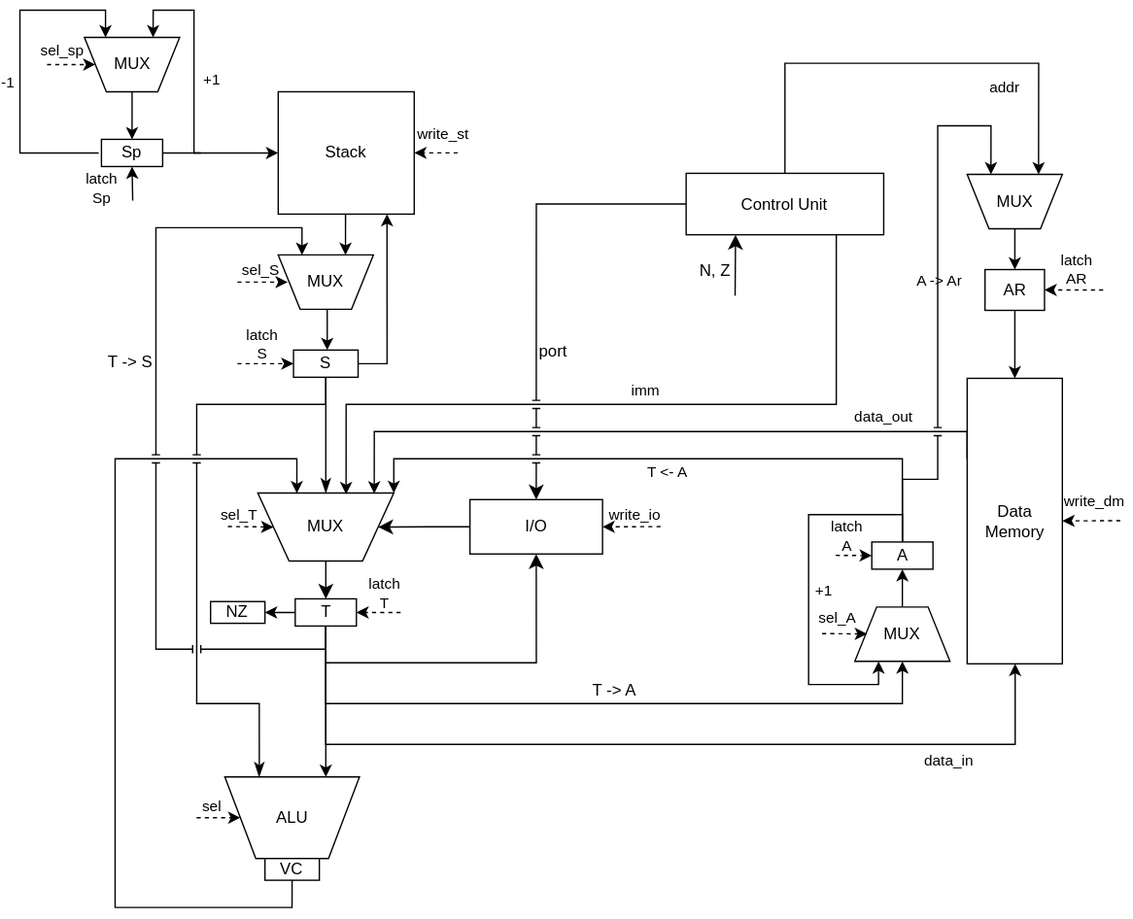
The draw.io diagram schemes/DataPath.svg in ni-hvosta-in/lab4-csa, before a commit. Source tidied: cells renumbered, new cells last; positions are measured from the earlier drawing's top-left corner, leaving out a move shared by most shapes.
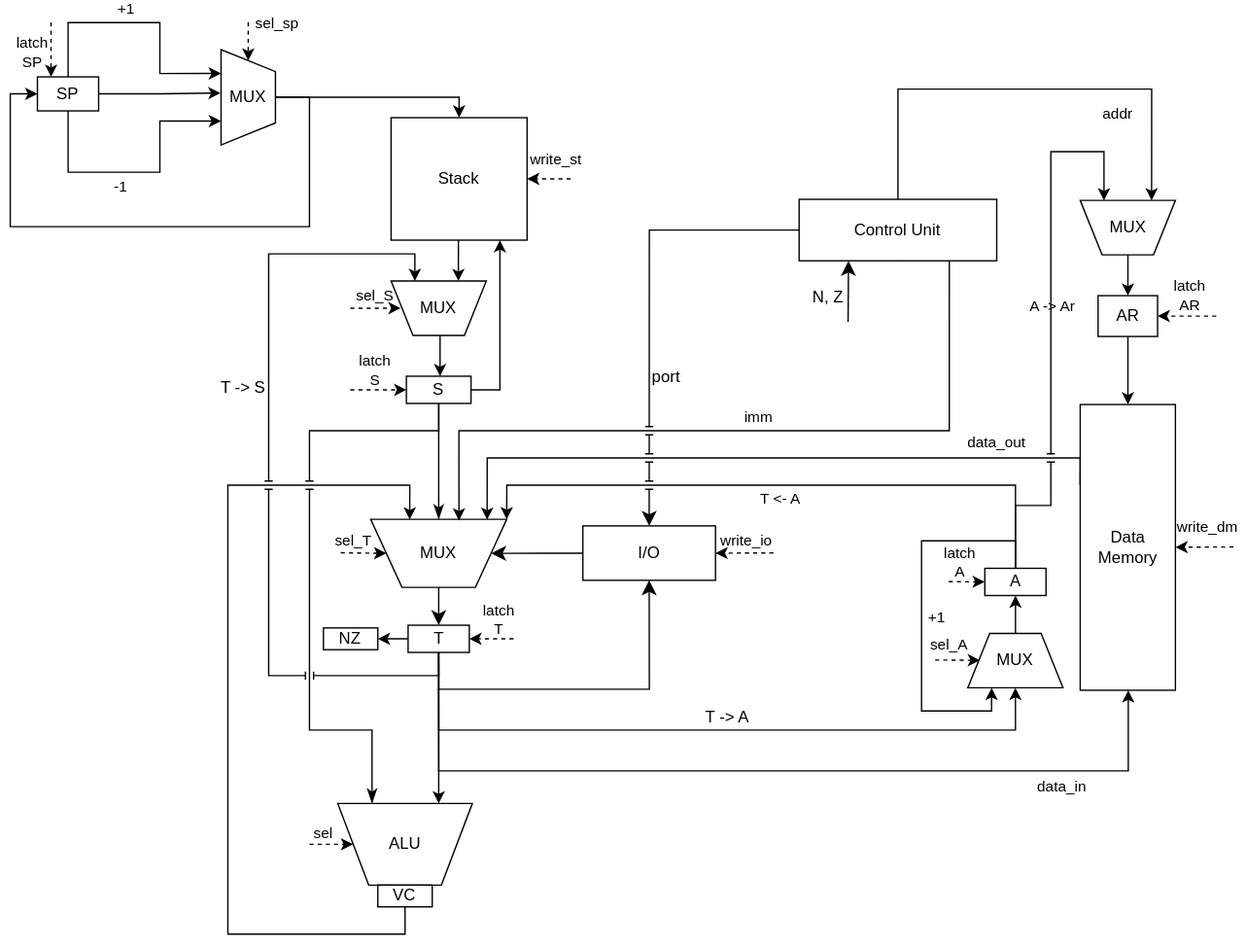
The same diagram one commit later.

The edit, as a diff of the source:
```diff
@@ -63,24 +63,36 @@
     <mxCell id="12" value="Data Memory" style="rounded=0;whiteSpace=wrap;html=1;labelBackgroundColor=none;" parent="1" vertex="1">
       <mxGeometry x="696.6" y="270.8" width="70" height="210" as="geometry" />
     </mxCell>
-    <mxCell id="13" style="edgeStyle=orthogonalEdgeStyle;rounded=0;orthogonalLoop=1;jettySize=auto;html=1;entryX=0.25;entryY=1;entryDx=0;entryDy=0;exitX=0;exitY=0.5;exitDx=0;exitDy=0;labelBackgroundColor=none;fontColor=default;" parent="1" edge="1">
-      <mxGeometry relative="1" as="geometry">
-        <mxPoint x="58" y="105" as="sourcePoint" />
-        <mxPoint x="63" y="20" as="targetPoint" />
-        <Array as="points">
-          <mxPoint y="105" />
-          <mxPoint />
-          <mxPoint x="63" />
-        </Array>
-      </mxGeometry>
-    </mxCell>
+    <mxCell id="92" style="edgeStyle=orthogonalEdgeStyle;rounded=0;jettySize=auto;html=1;entryX=0.75;entryY=1;entryDx=0;entryDy=0;" parent="1" edge="1" source="15" target="53">
+      <mxGeometry relative="1" as="geometry">
+        <Array as="points">
+          <mxPoint x="-47" y="-10" />
+          <mxPoint x="20" y="-10" />
+          <mxPoint x="20" y="28" />
+        </Array>
+      </mxGeometry>
+    </mxCell>
+    <mxCell id="55" value="+1" style="edgeLabel;html=1;align=center;verticalAlign=middle;" parent="92" vertex="1">
+      <mxGeometry x="-0.14" y="3" relative="1" as="geometry">
+        <mxPoint y="-8" as="offset" />
+      </mxGeometry>
+    </mxCell>
+    <mxCell id="93" style="edgeStyle=orthogonalEdgeStyle;rounded=0;jettySize=auto;html=1;entryX=0.25;entryY=1;entryDx=0;entryDy=0;" parent="1" edge="1" source="15" target="53">
+      <mxGeometry relative="1" as="geometry">
+        <Array as="points">
+          <mxPoint x="-47" y="100" />
+          <mxPoint x="20" y="100" />
+          <mxPoint x="20" y="63" />
+        </Array>
+      </mxGeometry>
+    </mxCell>
-    <mxCell id="14" value="-1" style="edgeLabel;html=1;align=center;verticalAlign=middle;labelBackgroundColor=none;" parent="13" vertex="1">
-      <mxGeometry y="1" relative="1" as="geometry">
-        <mxPoint x="-9" y="12" as="offset" />
+    <mxCell id="14" value="-1" style="edgeLabel;html=1;align=center;verticalAlign=middle;" parent="93" vertex="1">
+      <mxGeometry x="-0.15" y="-4" relative="1" as="geometry">
+        <mxPoint y="6" as="offset" />
       </mxGeometry>
     </mxCell>
-    <mxCell id="15" value="Sp" style="rounded=0;whiteSpace=wrap;html=1;labelBackgroundColor=none;" parent="1" vertex="1">
-      <mxGeometry x="60" y="95" width="45" height="20" as="geometry" />
+    <mxCell id="15" value="SP" style="rounded=0;whiteSpace=wrap;html=1;labelBackgroundColor=none;" parent="1" vertex="1">
+      <mxGeometry x="-70" y="30" width="45" height="25" as="geometry" />
     </mxCell>
     <mxCell id="16" style="edgeStyle=orthogonalEdgeStyle;rounded=0;orthogonalLoop=1;jettySize=auto;html=1;exitX=0.75;exitY=1;exitDx=0;exitDy=0;entryX=0.443;entryY=0.003;entryDx=0;entryDy=0;entryPerimeter=0;labelBackgroundColor=none;fontColor=default;" parent="1" edge="1">
       <mxGeometry relative="1" as="geometry">
@@ -91,11 +103,10 @@
         </Array>
       </mxGeometry>
     </mxCell>
-    <mxCell id="17" style="edgeStyle=orthogonalEdgeStyle;rounded=0;jettySize=auto;html=1;entryX=0;entryY=0.5;entryDx=0;entryDy=0;exitX=1;exitY=0.5;exitDx=0;exitDy=0;labelBackgroundColor=none;fontColor=default;" parent="1" edge="1" source="15" target="4">
+    <mxCell id="17" style="edgeStyle=orthogonalEdgeStyle;rounded=0;jettySize=auto;html=1;entryX=0.5;entryY=0;entryDx=0;entryDy=0;exitX=0.5;exitY=0;exitDx=0;exitDy=0;labelBackgroundColor=none;fontColor=default;" parent="1" edge="1" source="53" target="4">
       <mxGeometry relative="1" as="geometry">
         <Array as="points">
-          <mxPoint x="130" y="105" />
-          <mxPoint x="130" y="105" />
+          <mxPoint x="240" y="45" />
         </Array>
       </mxGeometry>
     </mxCell>
@@ -290,38 +301,6 @@
     <mxCell id="51" value="A" style="rounded=0;whiteSpace=wrap;html=1;labelBackgroundColor=none;" parent="1" vertex="1">
       <mxGeometry x="626.5" y="391.2" width="45" height="20" as="geometry" />
     </mxCell>
-    <mxCell id="52" style="edgeStyle=orthogonalEdgeStyle;rounded=0;jettySize=auto;html=1;entryX=0.5;entryY=0;entryDx=0;entryDy=0;labelBackgroundColor=none;fontColor=default;" parent="1" edge="1" source="53" target="15">
-      <mxGeometry relative="1" as="geometry" />
-    </mxCell>
-    <mxCell id="53" value="MUX" style="verticalLabelPosition=middle;verticalAlign=middle;html=1;shape=trapezoid;perimeter=trapezoidPerimeter;whiteSpace=wrap;size=0.23;arcSize=10;flipV=1;labelPosition=center;align=center;legacyAnchorPoints=0;labelBackgroundColor=none;" parent="1" vertex="1">
-      <mxGeometry x="47.5" y="20" width="70" height="40" as="geometry" />
-    </mxCell>
-    <mxCell id="54" style="edgeStyle=orthogonalEdgeStyle;rounded=0;orthogonalLoop=1;jettySize=auto;html=1;exitX=1;exitY=0.5;exitDx=0;exitDy=0;entryX=0.75;entryY=1;entryDx=0;entryDy=0;labelBackgroundColor=none;fontColor=default;" parent="1" edge="1">
-      <mxGeometry relative="1" as="geometry">
-        <mxPoint x="133" y="105" as="sourcePoint" />
-        <mxPoint x="98" y="20" as="targetPoint" />
-        <Array as="points">
-          <mxPoint x="128" y="105" />
-          <mxPoint x="128" />
-          <mxPoint x="98" />
-        </Array>
-      </mxGeometry>
-    </mxCell>
-    <mxCell id="55" value="+1" style="edgeLabel;html=1;align=center;verticalAlign=middle;labelBackgroundColor=none;" parent="54" vertex="1">
-      <mxGeometry x="-0.12" y="-1" relative="1" as="geometry">
-        <mxPoint x="11" y="11" as="offset" />
-      </mxGeometry>
-    </mxCell>
-    <mxCell id="56" style="endArrow=classic;html=1;rounded=0;entryX=0.5;entryY=1;entryDx=0;entryDy=0;labelBackgroundColor=none;fontColor=default;" parent="1" edge="1" target="15">
-      <mxGeometry relative="1" as="geometry">
-        <mxPoint x="83" y="140" as="sourcePoint" />
-      </mxGeometry>
-    </mxCell>
-    <mxCell id="57" value="latch&lt;br&gt;Sp" style="edgeLabel;html=1;align=center;verticalAlign=middle;labelBackgroundColor=none;" parent="56" vertex="1">
-      <mxGeometry x="-0.02" y="1" relative="1" as="geometry">
-        <mxPoint x="-22" y="2" as="offset" />
-      </mxGeometry>
-    </mxCell>
     <mxCell id="58" style="edgeStyle=orthogonalEdgeStyle;rounded=0;jettySize=auto;html=1;labelBackgroundColor=none;fontColor=default;" parent="1" edge="1" source="59" target="32">
       <mxGeometry relative="1" as="geometry" />
     </mxCell>
@@ -390,14 +369,14 @@
     <mxCell id="71" style="edgeStyle=orthogonalEdgeStyle;rounded=0;orthogonalLoop=1;jettySize=auto;html=1;exitX=0.5;exitY=1;exitDx=0;exitDy=0;labelBackgroundColor=none;fontColor=default;" parent="1" edge="1" source="27" target="27">
       <mxGeometry relative="1" as="geometry" />
     </mxCell>
-    <mxCell id="72" style="endArrow=classic;html=1;rounded=0;entryX=0;entryY=0.5;entryDx=0;entryDy=0;dashed=1;labelBackgroundColor=none;fontColor=default;" parent="1" edge="1" target="53">
+    <mxCell id="72" style="endArrow=classic;html=1;rounded=0;entryX=1;entryY=0.5;entryDx=0;entryDy=0;dashed=1;labelBackgroundColor=none;fontColor=default;" parent="1" edge="1" target="53">
       <mxGeometry relative="1" as="geometry">
-        <mxPoint x="20" y="40" as="sourcePoint" />
+        <mxPoint x="85" y="-10" as="sourcePoint" />
       </mxGeometry>
     </mxCell>
     <mxCell id="73" value="sel_sp" style="edgeLabel;html=1;align=center;verticalAlign=middle;labelBackgroundColor=none;" parent="72" vertex="1">
       <mxGeometry x="-0.08" y="1" relative="1" as="geometry">
-        <mxPoint x="-6" y="-10" as="offset" />
+        <mxPoint x="19" y="-13" as="offset" />
       </mxGeometry>
     </mxCell>
     <mxCell id="74" style="edgeStyle=orthogonalEdgeStyle;rounded=0;jettySize=auto;html=1;entryX=1;entryY=0.5;entryDx=0;entryDy=0;fontSize=12;startSize=8;endSize=8;labelBackgroundColor=none;fontColor=default;" parent="1" edge="1" source="75" target="29">
@@ -481,5 +460,31 @@
     <mxCell id="91" style="edgeStyle=orthogonalEdgeStyle;rounded=0;jettySize=auto;html=1;entryX=1;entryY=0.5;entryDx=0;entryDy=0;" parent="1" edge="1" source="27" target="90">
       <mxGeometry relative="1" as="geometry" />
     </mxCell>
+    <mxCell id="52" style="edgeStyle=orthogonalEdgeStyle;rounded=0;jettySize=auto;html=1;entryX=0;entryY=0.5;entryDx=0;entryDy=0;" parent="1" edge="1" source="53" target="15">
+      <mxGeometry relative="1" as="geometry">
+        <Array as="points">
+          <mxPoint x="130" y="45" />
+          <mxPoint x="130" y="140" />
+          <mxPoint x="-90" y="140" />
+          <mxPoint x="-90" y="42" />
+        </Array>
+      </mxGeometry>
+    </mxCell>
+    <mxCell id="53" value="MUX" style="verticalLabelPosition=middle;verticalAlign=middle;html=1;shape=trapezoid;perimeter=trapezoidPerimeter;whiteSpace=wrap;size=0.23;arcSize=10;flipV=1;labelPosition=center;align=center;legacyAnchorPoints=0;labelBackgroundColor=none;direction=south;" parent="1" vertex="1">
+      <mxGeometry x="65" y="10" width="40" height="70" as="geometry" />
+    </mxCell>
+    <mxCell id="94" style="edgeStyle=orthogonalEdgeStyle;rounded=0;jettySize=auto;html=1;entryX=0.545;entryY=1.008;entryDx=0;entryDy=0;entryPerimeter=0;" parent="1" edge="1" source="15" target="53">
+      <mxGeometry relative="1" as="geometry" />
+    </mxCell>
+    <mxCell id="95" style="endArrow=classic;html=1;rounded=0;entryX=0.223;entryY=0;entryDx=0;entryDy=0;dashed=1;labelBackgroundColor=none;fontColor=default;entryPerimeter=0;" parent="1" edge="1" target="15">
+      <mxGeometry relative="1" as="geometry">
+        <mxPoint x="-60" y="-10" as="sourcePoint" />
+      </mxGeometry>
+    </mxCell>
+    <mxCell id="96" value="latch&lt;br&gt;SP" style="edgeLabel;html=1;align=center;verticalAlign=middle;labelBackgroundColor=none;" parent="95" vertex="1">
+      <mxGeometry x="-0.02" y="1" relative="1" as="geometry">
+        <mxPoint x="-16" y="1" as="offset" />
+      </mxGeometry>
+    </mxCell>
   </root>
 </mxGraphModel>
```
